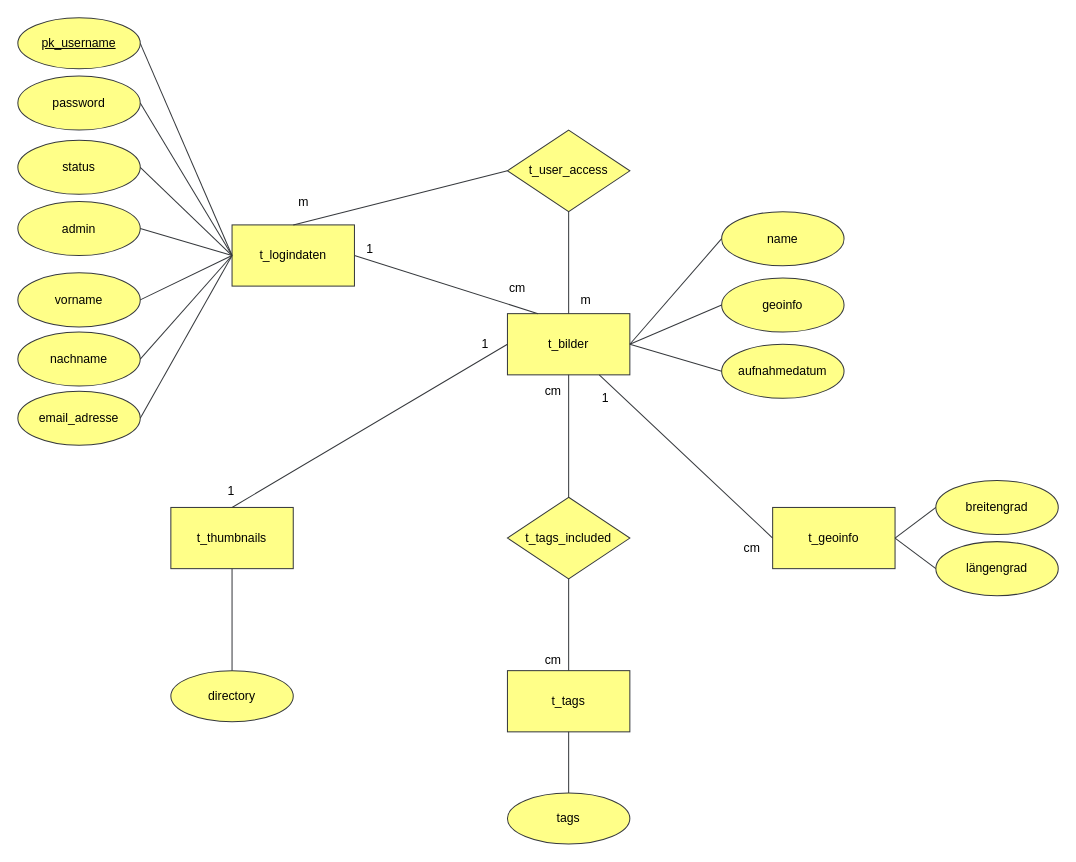
mrstexx/FHT_WT2_ImageManagement keeps this draw.io diagram as WT2_ERM.drawio. Above is the earlier version. Source tidied: cells renumbered, new cells numbered last; positions are measured from the earlier drawing's top-left corner, leaving out a move shared by most shapes. Both pictures are drawn from the tidied source at 102%, with x=0, y=0 at pixel (17, 17).
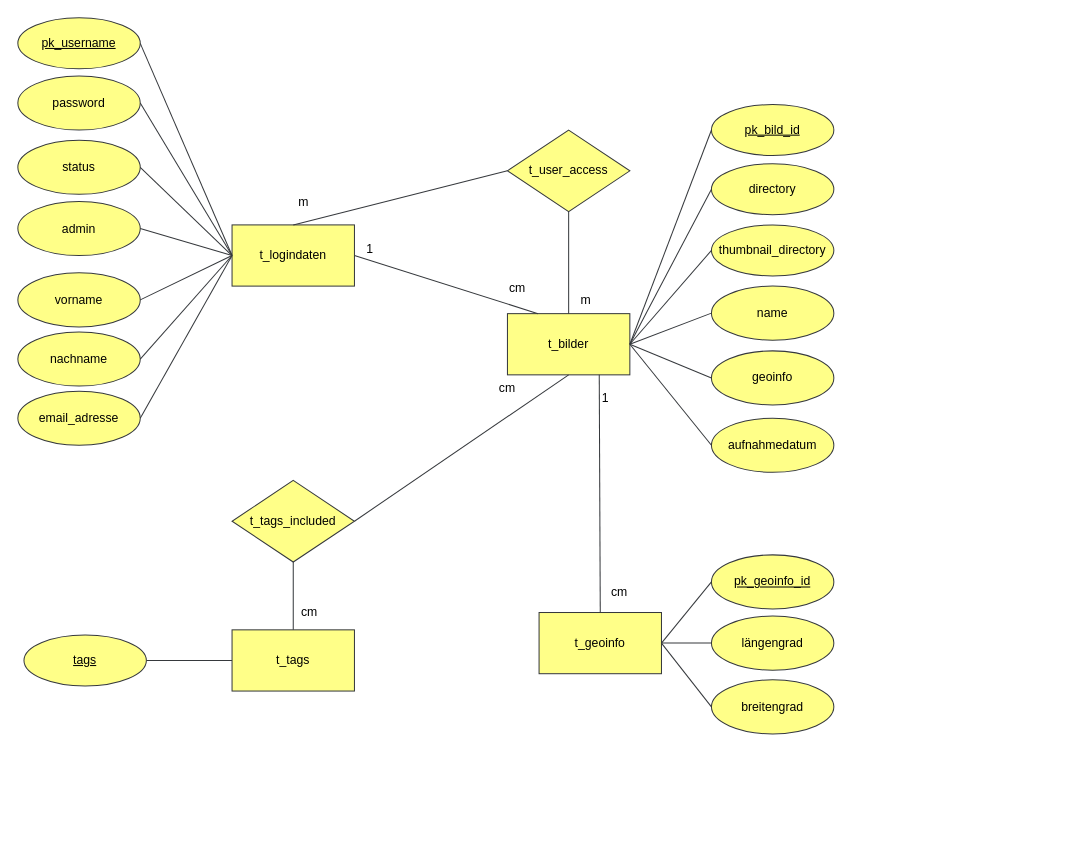
After the change.

The change refers to these unchanged cells:
```xml
<mxCell id="3" value="t_bilder" style="rounded=0;whiteSpace=wrap;html=1;fillColor=#ffff88;strokeColor=#36393d;" parent="1" vertex="1">
  <mxGeometry x="480" y="290" width="120" height="60" as="geometry" />
</mxCell>
```

The edit, as a diff of the source:
```diff
@@
     <mxCell id="4" value="t_geoinfo" style="rounded=0;whiteSpace=wrap;html=1;fillColor=#ffff88;strokeColor=#36393d;" parent="1" vertex="1">
-      <mxGeometry x="740" y="480" width="120" height="60" as="geometry" />
+      <mxGeometry x="511" y="583" width="120" height="60" as="geometry" />
     </mxCell>
     <mxCell id="5" value="t_tags" style="rounded=0;whiteSpace=wrap;html=1;fillColor=#ffff88;strokeColor=#36393d;" parent="1" vertex="1">
-      <mxGeometry x="480" y="640" width="120" height="60" as="geometry" />
+      <mxGeometry x="210" y="600" width="120" height="60" as="geometry" />
     </mxCell>
-    <mxCell id="6" value="t_thumbnails" style="rounded=0;whiteSpace=wrap;html=1;fillColor=#ffff88;strokeColor=#36393d;" parent="1" vertex="1">
-      <mxGeometry x="150" y="480" width="120" height="60" as="geometry" />
-    </mxCell>
     <mxCell id="7" value="t_tags_included" style="rhombus;whiteSpace=wrap;html=1;fillColor=#ffff88;strokeColor=#36393d;" parent="1" vertex="1">
-      <mxGeometry x="480" y="470" width="120" height="80" as="geometry" />
+      <mxGeometry x="210" y="453.5" width="120" height="80" as="geometry" />
     </mxCell>
@@
     <mxCell id="21" value="name" style="ellipse;whiteSpace=wrap;html=1;fillColor=#ffff88;strokeColor=#36393d;" parent="1" vertex="1">
-      <mxGeometry x="690" y="190" width="120" height="53" as="geometry" />
+      <mxGeometry x="680" y="263" width="120" height="53" as="geometry" />
     </mxCell>
     <mxCell id="22" value="geoinfo" style="ellipse;whiteSpace=wrap;html=1;fillColor=#ffff88;strokeColor=#36393d;" parent="1" vertex="1">
-      <mxGeometry x="690" y="255" width="120" height="53" as="geometry" />
+      <mxGeometry x="680" y="326.5" width="120" height="53" as="geometry" />
     </mxCell>
     <mxCell id="23" value="aufnahmedatum" style="ellipse;whiteSpace=wrap;html=1;fillColor=#ffff88;strokeColor=#36393d;" parent="1" vertex="1">
-      <mxGeometry x="690" y="320" width="120" height="53" as="geometry" />
+      <mxGeometry x="680" y="392.5" width="120" height="53" as="geometry" />
     </mxCell>
@@
-    <mxCell id="27" style="endArrow=none;html=1;entryX=0.75;entryY=1;entryDx=0;entryDy=0;exitX=0;exitY=0.5;exitDx=0;exitDy=0;fillColor=#ffff88;strokeColor=#36393d;" parent="1" edge="1" source="4" target="3">
+    <mxCell id="27" style="endArrow=none;html=1;entryX=0.75;entryY=1;entryDx=0;entryDy=0;exitX=0.5;exitY=0;exitDx=0;exitDy=0;fillColor=#ffff88;strokeColor=#36393d;" parent="1" edge="1" source="4" target="3">
       <mxGeometry relative="1" as="geometry" />
     </mxCell>
     <mxCell id="28" value="breitengrad" style="ellipse;whiteSpace=wrap;html=1;fillColor=#ffff88;strokeColor=#36393d;" parent="1" vertex="1">
-      <mxGeometry x="900" y="453.5" width="120" height="53" as="geometry" />
+      <mxGeometry x="680" y="649" width="120" height="53" as="geometry" />
     </mxCell>
     <mxCell id="29" value="längengrad" style="ellipse;whiteSpace=wrap;html=1;fillColor=#ffff88;strokeColor=#36393d;" parent="1" vertex="1">
-      <mxGeometry x="900" y="513.5" width="120" height="53" as="geometry" />
+      <mxGeometry x="680" y="586.5" width="120" height="53" as="geometry" />
     </mxCell>
@@
-    <mxCell id="32" style="endArrow=none;html=1;entryX=0.5;entryY=1;entryDx=0;entryDy=0;exitX=0.5;exitY=0;exitDx=0;exitDy=0;fillColor=#ffff88;strokeColor=#36393d;" parent="1" edge="1" source="7" target="3">
+    <mxCell id="32" style="endArrow=none;html=1;entryX=0.5;entryY=1;entryDx=0;entryDy=0;exitX=1;exitY=0.5;exitDx=0;exitDy=0;fillColor=#ffff88;strokeColor=#36393d;" parent="1" edge="1" source="7" target="3">
       <mxGeometry relative="1" as="geometry" />
     </mxCell>
@@
-    <mxCell id="40" style="endArrow=none;html=1;entryX=0;entryY=0.5;entryDx=0;entryDy=0;exitX=0.5;exitY=0;exitDx=0;exitDy=0;fillColor=#ffff88;strokeColor=#36393d;" parent="1" edge="1" source="6" target="3">
-      <mxGeometry relative="1" as="geometry" />
-    </mxCell>
-    <mxCell id="41" value="directory" style="ellipse;whiteSpace=wrap;html=1;fillColor=#ffff88;strokeColor=#36393d;" parent="1" vertex="1">
-      <mxGeometry x="150" y="640" width="120" height="50" as="geometry" />
+    <mxCell id="41" value="thumbnail_directory" style="ellipse;whiteSpace=wrap;html=1;fillColor=#ffff88;strokeColor=#36393d;" parent="1" vertex="1">
+      <mxGeometry x="680" y="203" width="120" height="50" as="geometry" />
     </mxCell>
-    <mxCell id="42" style="endArrow=none;html=1;entryX=0.5;entryY=1;entryDx=0;entryDy=0;exitX=0.5;exitY=0;exitDx=0;exitDy=0;fillColor=#ffff88;strokeColor=#36393d;" parent="1" edge="1" source="41" target="6">
+    <mxCell id="42" style="endArrow=none;html=1;entryX=1;entryY=0.5;entryDx=0;entryDy=0;exitX=0;exitY=0.5;exitDx=0;exitDy=0;fillColor=#ffff88;strokeColor=#36393d;" parent="1" edge="1" source="41" target="3">
       <mxGeometry relative="1" as="geometry" />
     </mxCell>
-    <mxCell id="43" style="endArrow=none;html=1;entryX=0.5;entryY=1;entryDx=0;entryDy=0;fillColor=#ffff88;strokeColor=#36393d;" parent="1" edge="1" target="5">
-      <mxGeometry relative="1" as="geometry">
-        <mxPoint x="540" y="760" as="sourcePoint" />
-      </mxGeometry>
+    <mxCell id="43" style="endArrow=none;html=1;entryX=0;entryY=0.5;entryDx=0;entryDy=0;fillColor=#ffff88;strokeColor=#36393d;exitX=1;exitY=0.5;exitDx=0;exitDy=0;" parent="1" edge="1" source="44" target="5">
+      <mxGeometry relative="1" as="geometry" />
     </mxCell>
-    <mxCell id="44" value="tags" style="ellipse;whiteSpace=wrap;html=1;fillColor=#ffff88;strokeColor=#36393d;" parent="1" vertex="1">
-      <mxGeometry x="480" y="760" width="120" height="50" as="geometry" />
+    <mxCell id="44" value="&lt;u&gt;tags&lt;/u&gt;" style="ellipse;whiteSpace=wrap;html=1;fillColor=#ffff88;strokeColor=#36393d;" parent="1" vertex="1">
+      <mxGeometry x="6" y="605" width="120" height="50" as="geometry" />
     </mxCell>
@@
-    <mxCell id="48" value="1" style="text;html=1;align=left;verticalAlign=top;spacingTop=-4;" parent="1" vertex="1">
-      <mxGeometry x="453" y="310" width="20" height="20" as="geometry" />
-    </mxCell>
-    <mxCell id="49" value="1" style="text;html=1;align=left;verticalAlign=top;spacingTop=-4;" parent="1" vertex="1">
-      <mxGeometry x="204" y="453.5" width="20" height="20" as="geometry" />
-    </mxCell>
     <mxCell id="50" value="cm" style="text;html=1;align=left;verticalAlign=top;spacingTop=-4;" parent="1" vertex="1">
-      <mxGeometry x="515" y="356" width="30" height="20" as="geometry" />
+      <mxGeometry x="470" y="353" width="30" height="20" as="geometry" />
     </mxCell>
     <mxCell id="51" value="cm" style="text;html=1;align=left;verticalAlign=top;spacingTop=-4;" parent="1" vertex="1">
-      <mxGeometry x="515" y="620" width="30" height="20" as="geometry" />
+      <mxGeometry x="276" y="573" width="30" height="20" as="geometry" />
     </mxCell>
@@
     <mxCell id="53" value="cm" style="text;html=1;align=left;verticalAlign=top;spacingTop=-4;" parent="1" vertex="1">
-      <mxGeometry x="710" y="510" width="30" height="20" as="geometry" />
+      <mxGeometry x="580" y="553" width="30" height="20" as="geometry" />
     </mxCell>
+    <mxCell id="54" value="directory" style="ellipse;whiteSpace=wrap;html=1;fillColor=#ffff88;strokeColor=#36393d;" parent="1" vertex="1">
+      <mxGeometry x="680" y="143" width="120" height="50" as="geometry" />
+    </mxCell>
+    <mxCell id="55" style="endArrow=none;html=1;entryX=1;entryY=0.5;entryDx=0;entryDy=0;exitX=0;exitY=0.5;exitDx=0;exitDy=0;fillColor=#ffff88;strokeColor=#36393d;" parent="1" edge="1" source="54" target="3">
+      <mxGeometry relative="1" as="geometry" />
+    </mxCell>
+    <mxCell id="56" value="&lt;u&gt;pk_geoinfo_id&lt;/u&gt;" style="ellipse;whiteSpace=wrap;html=1;fillColor=#ffff88;strokeColor=#36393d;" parent="1" vertex="1">
+      <mxGeometry x="680" y="526.5" width="120" height="53" as="geometry" />
+    </mxCell>
+    <mxCell id="57" style="endArrow=none;html=1;entryX=0;entryY=0.5;entryDx=0;entryDy=0;exitX=1;exitY=0.5;exitDx=0;exitDy=0;fillColor=#ffff88;strokeColor=#36393d;" parent="1" edge="1" source="4" target="56">
+      <mxGeometry relative="1" as="geometry" />
+    </mxCell>
+    <mxCell id="58" value="&lt;u&gt;pk_bild_id&lt;/u&gt;" style="ellipse;whiteSpace=wrap;html=1;fillColor=#ffff88;strokeColor=#36393d;" parent="1" vertex="1">
+      <mxGeometry x="680" y="85" width="120" height="50" as="geometry" />
+    </mxCell>
+    <mxCell id="59" style="endArrow=none;html=1;entryX=1;entryY=0.5;entryDx=0;entryDy=0;exitX=0;exitY=0.5;exitDx=0;exitDy=0;fillColor=#ffff88;strokeColor=#36393d;" parent="1" edge="1" source="58" target="3">
+      <mxGeometry relative="1" as="geometry" />
+    </mxCell>
```
